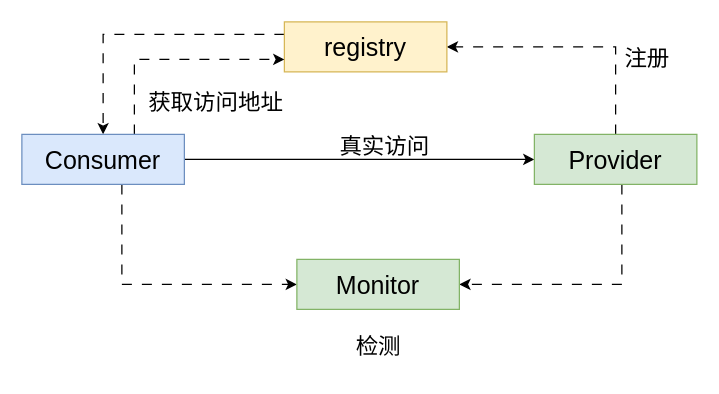
This is Dubbo流程.drawio from rjx-ggg/img, a draw.io file, before an edit. Source tidied: cells renumbered, new cells numbered last; positions are measured from the earlier drawing's top-left corner, leaving out a move shared by most shapes. Both pictures are drawn from the tidied source at 125%, with x=0, y=0 at pixel (21, 21).
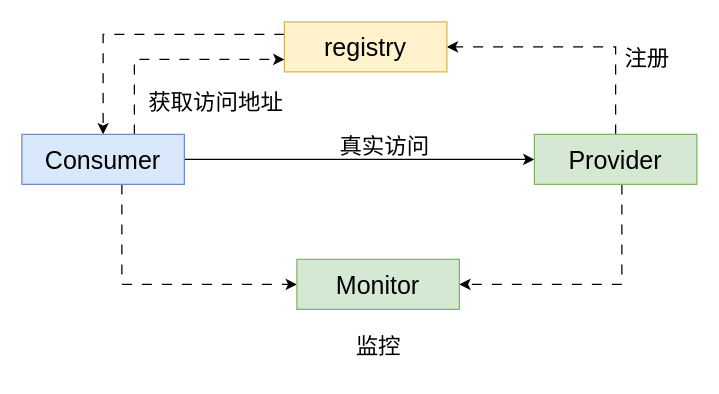
The same page after the edit.

The edit, as a diff of the source:
```diff
@@
-    <mxCell id="15" value="&lt;font style=&quot;font-size: 18px;&quot;&gt;检测&lt;/font&gt;" style="text;html=1;align=center;verticalAlign=middle;strokeColor=none;fillColor=none;" parent="1" vertex="1">
+    <mxCell id="15" value="&lt;font style=&quot;font-size: 18px;&quot;&gt;监控&lt;/font&gt;" style="text;html=1;align=center;verticalAlign=middle;strokeColor=none;fillColor=none;" parent="1" vertex="1">
       <mxGeometry x="255" y="240" width="60" height="40" as="geometry" />
     </mxCell>
```
